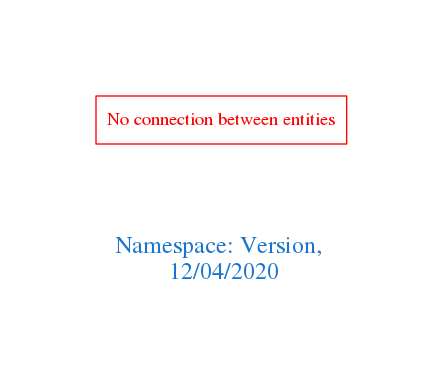
Earlier version of the Graphviz export downloads/Version.png (arago/OGIT). Its source is kept beside it as downloads/Version.dot.
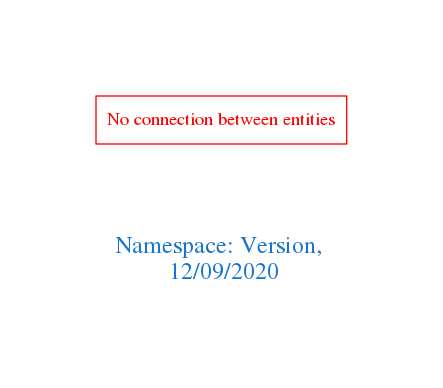
The same diagram one commit later.

What changed in the source:
```diff
@@ -1,7 +1,7 @@
 digraph OGIT_ontology {
  graph [ rankdir= LR,pad=1
 fontsize = 18,
-fontcolor= dodgerblue3,label = "\n\n\nNamespace: Version, \n 12/04/2020"];
+fontcolor= dodgerblue3,label = "\n\n\nNamespace: Version, \n 12/09/2020"];
 node[shape=polygon];
 edge [  color="gray81"];
 
```
